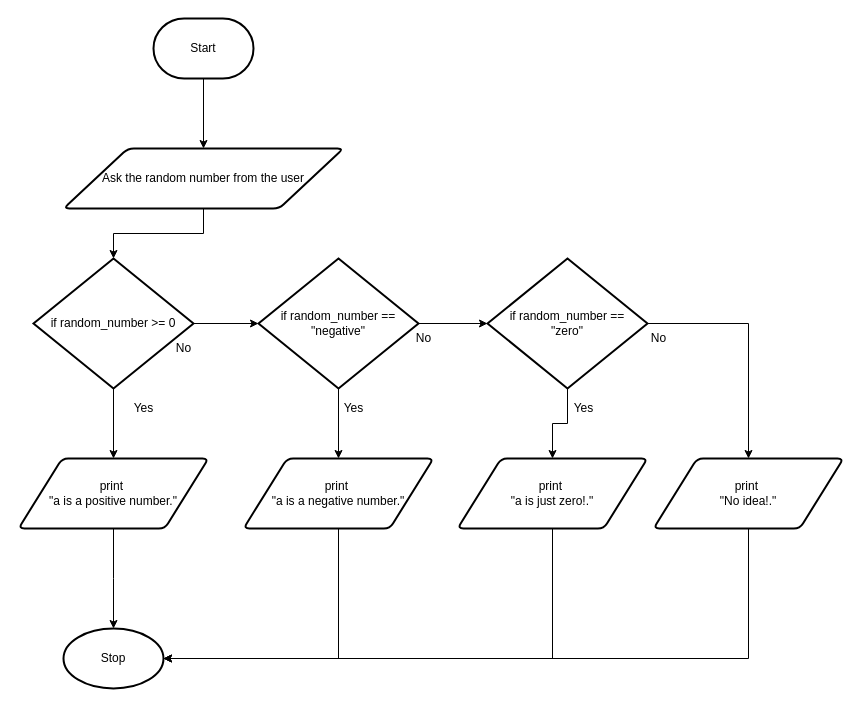
This is Flow chart.drawio from huihangisaac-ho/ICS3U-Unit3-04-Python, a draw.io file, before an edit. Source tidied: cells renumbered, new cells numbered last; positions are measured from the earlier drawing's top-left corner, leaving out a move shared by most shapes. Both pictures are drawn from the tidied source at 100%, with x=0, y=0 at pixel (18, 18).
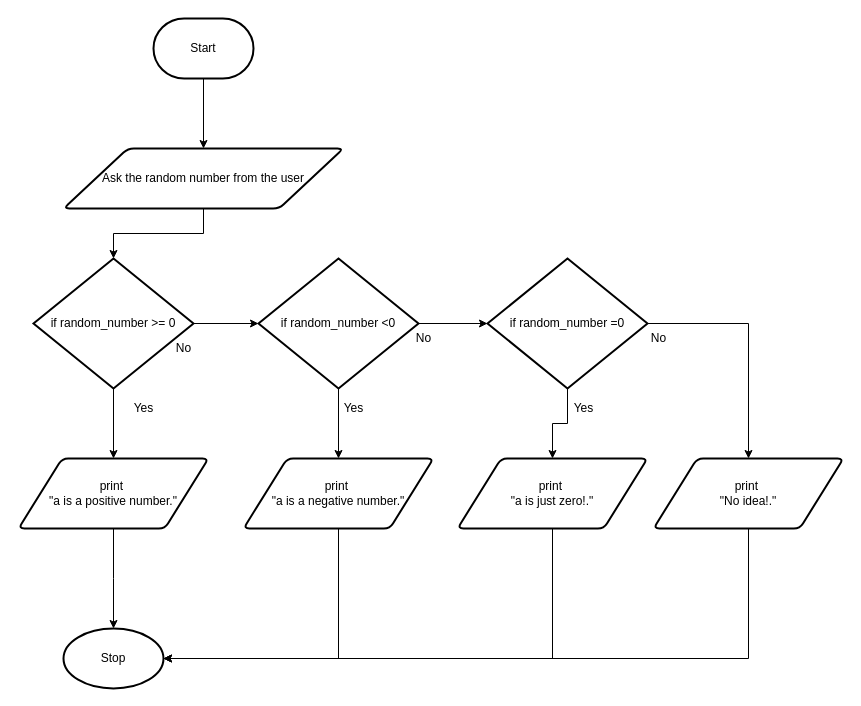
After the change.

Change to the diagram source:
```diff
@@
-    <mxCell id="10" value="if random_number ==&lt;br&gt;&quot;negative&quot;" style="strokeWidth=2;html=1;shape=mxgraph.flowchart.decision;whiteSpace=wrap;" parent="1" vertex="1">
+    <mxCell id="10" value="if random_number &amp;lt;0" style="strokeWidth=2;html=1;shape=mxgraph.flowchart.decision;whiteSpace=wrap;" parent="1" vertex="1">
       <mxGeometry x="240" y="240" width="160" height="130" as="geometry" />
     </mxCell>
@@
-    <mxCell id="15" value="if random_number ==&lt;br&gt;&quot;zero&quot;" style="strokeWidth=2;html=1;shape=mxgraph.flowchart.decision;whiteSpace=wrap;" parent="1" vertex="1">
+    <mxCell id="15" value="if random_number =0" style="strokeWidth=2;html=1;shape=mxgraph.flowchart.decision;whiteSpace=wrap;" parent="1" vertex="1">
       <mxGeometry x="469" y="240" width="160" height="130" as="geometry" />
     </mxCell>
```
